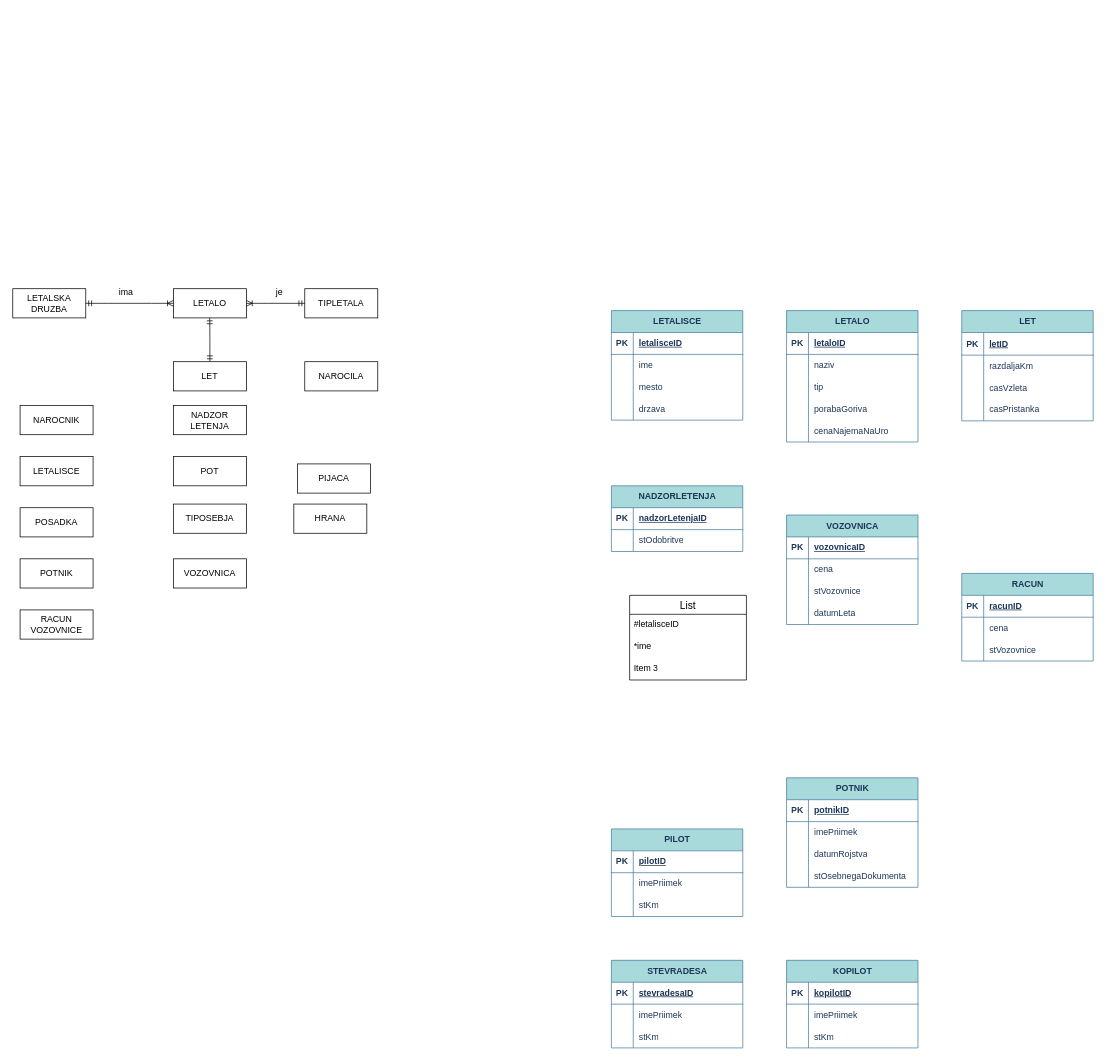
This is Untitled Diagram.drawio from money-beep/pb, a draw.io file, before an edit. Source tidied: cells renumbered, new cells numbered last; positions are measured from the earlier drawing's top-left corner, leaving out a move shared by most shapes. Both pictures are drawn from the tidied source at 73%, with x=0, y=0 at pixel (12, 281).
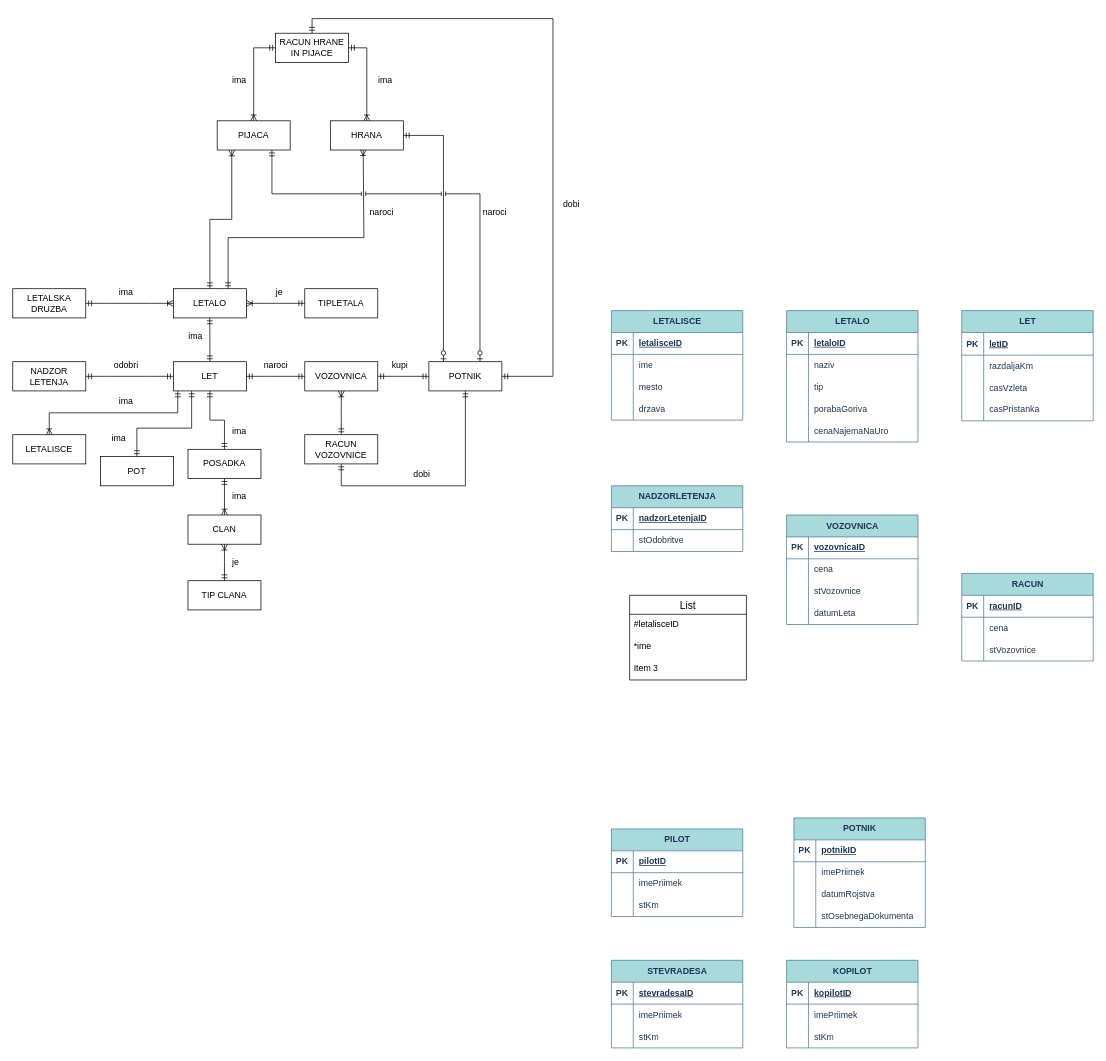
Above is the later version.

The change refers to these unchanged cells:
```xml
<mxCell id="122" value="LETALO" style="whiteSpace=wrap;html=1;align=center;" parent="1" vertex="1">
  <mxGeometry x="220" y="10" width="100" height="40" as="geometry" />
</mxCell>
<mxCell id="123" value="LET" style="whiteSpace=wrap;html=1;align=center;" parent="1" vertex="1">
  <mxGeometry x="220" y="110" width="100" height="40" as="geometry" />
</mxCell>
```

The edit, as a diff of the source:
```diff
@@
     <mxCell id="2" value="POTNIK" style="shape=table;startSize=30;childLayout=tableLayout;rowLines=0;fontStyle=1;align=center;html=1;rounded=0;labelBackgroundColor=none;fillColor=#A8DADC;strokeColor=#457B9D;fontColor=#1D3557;" parent="1" vertex="1">
-      <mxGeometry x="1060" y="680" width="180" height="150" as="geometry" />
+      <mxGeometry x="1070" y="735" width="180" height="150" as="geometry" />
     </mxCell>
@@
-    <mxCell id="124" value="NAROCILA" style="whiteSpace=wrap;html=1;align=center;" parent="1" vertex="1">
-      <mxGeometry x="400" y="110" width="100" height="40" as="geometry" />
-    </mxCell>
-    <mxCell id="125" value="NAROCNIK" style="whiteSpace=wrap;html=1;align=center;" parent="1" vertex="1">
-      <mxGeometry x="10" y="170" width="100" height="40" as="geometry" />
-    </mxCell>
     <mxCell id="126" value="NADZOR LETENJA" style="whiteSpace=wrap;html=1;align=center;" parent="1" vertex="1">
-      <mxGeometry x="220" y="170" width="100" height="40" as="geometry" />
+      <mxGeometry y="110" width="100" height="40" as="geometry" />
     </mxCell>
     <mxCell id="127" value="LETALISCE" style="whiteSpace=wrap;html=1;align=center;" parent="1" vertex="1">
-      <mxGeometry x="10" y="240" width="100" height="40" as="geometry" />
+      <mxGeometry y="210" width="100" height="40" as="geometry" />
     </mxCell>
     <mxCell id="128" value="POT" style="whiteSpace=wrap;html=1;align=center;" parent="1" vertex="1">
-      <mxGeometry x="220" y="240" width="100" height="40" as="geometry" />
+      <mxGeometry x="120" y="240" width="100" height="40" as="geometry" />
     </mxCell>
     <mxCell id="129" value="POSADKA" style="whiteSpace=wrap;html=1;align=center;" parent="1" vertex="1">
-      <mxGeometry x="10" y="310" width="100" height="40" as="geometry" />
+      <mxGeometry x="240" y="230" width="100" height="40" as="geometry" />
     </mxCell>
-    <mxCell id="130" value="TIPOSEBJA" style="whiteSpace=wrap;html=1;align=center;" parent="1" vertex="1">
-      <mxGeometry x="220" y="305" width="100" height="40" as="geometry" />
+    <mxCell id="130" value="TIP CLANA" style="whiteSpace=wrap;html=1;align=center;" parent="1" vertex="1">
+      <mxGeometry x="240" y="410" width="100" height="40" as="geometry" />
     </mxCell>
@@
     <mxCell id="132" value="POTNIK" style="whiteSpace=wrap;html=1;align=center;" parent="1" vertex="1">
-      <mxGeometry x="10" y="380" width="100" height="40" as="geometry" />
+      <mxGeometry x="570" y="110" width="100" height="40" as="geometry" />
     </mxCell>
     <mxCell id="133" value="VOZOVNICA" style="whiteSpace=wrap;html=1;align=center;" parent="1" vertex="1">
-      <mxGeometry x="220" y="380" width="100" height="40" as="geometry" />
+      <mxGeometry x="400" y="110" width="100" height="40" as="geometry" />
     </mxCell>
     <mxCell id="134" value="RACUN&lt;br&gt;VOZOVNICE" style="whiteSpace=wrap;html=1;align=center;" parent="1" vertex="1">
-      <mxGeometry x="10" y="450" width="100" height="40" as="geometry" />
+      <mxGeometry x="400" y="210" width="100" height="40" as="geometry" />
     </mxCell>
     <mxCell id="135" value="HRANA" style="whiteSpace=wrap;html=1;align=center;" parent="1" vertex="1">
-      <mxGeometry x="385" y="305" width="100" height="40" as="geometry" />
+      <mxGeometry x="435" y="-220" width="100" height="40" as="geometry" />
     </mxCell>
     <mxCell id="136" value="PIJACA" style="whiteSpace=wrap;html=1;align=center;" parent="1" vertex="1">
-      <mxGeometry x="390" y="250" width="100" height="40" as="geometry" />
+      <mxGeometry x="280" y="-220" width="100" height="40" as="geometry" />
     </mxCell>
@@
+    <mxCell id="142" style="edgeStyle=entityRelationEdgeStyle;fontSize=12;html=1;endArrow=ERmandOne;startArrow=ERmandOne;rounded=0;entryX=0;entryY=0.5;entryDx=0;entryDy=0;exitX=1;exitY=0.5;exitDx=0;exitDy=0;" parent="1" edge="1">
+      <mxGeometry relative="1" as="geometry">
+        <mxPoint x="500" y="130" as="sourcePoint" />
+        <mxPoint x="570" y="130" as="targetPoint" />
+      </mxGeometry>
+    </mxCell>
+    <mxCell id="143" style="edgeStyle=entityRelationEdgeStyle;fontSize=12;html=1;endArrow=ERmandOne;startArrow=ERmandOne;rounded=0;entryX=0;entryY=0.5;entryDx=0;entryDy=0;exitX=1;exitY=0.5;exitDx=0;exitDy=0;" parent="1" edge="1" source="123">
+      <mxGeometry relative="1" as="geometry">
+        <mxPoint x="400" y="130" as="targetPoint" />
+      </mxGeometry>
+    </mxCell>
+    <mxCell id="144" style="edgeStyle=entityRelationEdgeStyle;fontSize=12;html=1;endArrow=ERmandOne;startArrow=ERmandOne;rounded=0;entryX=0;entryY=0.5;entryDx=0;entryDy=0;exitX=1;exitY=0.5;exitDx=0;exitDy=0;" parent="1" edge="1" source="126" target="123">
+      <mxGeometry relative="1" as="geometry" />
+    </mxCell>
+    <mxCell id="145" value="ima" style="text;html=1;align=center;verticalAlign=middle;strokeColor=none;fillColor=none;" parent="1" vertex="1">
+      <mxGeometry x="230" y="60" width="40" height="30" as="geometry" />
+    </mxCell>
+    <mxCell id="146" value="naroci" style="text;html=1;align=center;verticalAlign=middle;strokeColor=none;fillColor=none;" parent="1" vertex="1">
+      <mxGeometry x="330" y="100" width="60" height="30" as="geometry" />
+    </mxCell>
+    <mxCell id="147" value="kupi" style="text;html=1;align=center;verticalAlign=middle;strokeColor=none;fillColor=none;" parent="1" vertex="1">
+      <mxGeometry x="505" y="100" width="50" height="30" as="geometry" />
+    </mxCell>
+    <mxCell id="148" value="odobri" style="text;html=1;align=center;verticalAlign=middle;strokeColor=none;fillColor=none;" parent="1" vertex="1">
+      <mxGeometry x="125" y="100" width="60" height="30" as="geometry" />
+    </mxCell>
+    <mxCell id="149" style="edgeStyle=elbowEdgeStyle;fontSize=12;html=1;endArrow=ERoneToMany;startArrow=ERmandOne;rounded=0;elbow=vertical;entryX=0.5;entryY=0;entryDx=0;entryDy=0;" parent="1" edge="1" target="127">
+      <mxGeometry relative="1" as="geometry">
+        <mxPoint x="226" y="150" as="sourcePoint" />
+      </mxGeometry>
+    </mxCell>
+    <mxCell id="150" value="ima" style="text;html=1;align=center;verticalAlign=middle;strokeColor=none;fillColor=none;" parent="1" vertex="1">
+      <mxGeometry x="135" y="150" width="40" height="30" as="geometry" />
+    </mxCell>
+    <mxCell id="151" style="edgeStyle=elbowEdgeStyle;fontSize=12;html=1;endArrow=ERmandOne;startArrow=ERmandOne;rounded=0;elbow=vertical;exitX=0.5;exitY=0;exitDx=0;exitDy=0;entryX=0.25;entryY=1;entryDx=0;entryDy=0;" parent="1" edge="1" source="128" target="123">
+      <mxGeometry relative="1" as="geometry">
+        <Array as="points">
+          <mxPoint x="270" y="201" />
+        </Array>
+      </mxGeometry>
+    </mxCell>
+    <mxCell id="152" style="edgeStyle=elbowEdgeStyle;fontSize=12;html=1;endArrow=ERmandOne;startArrow=ERmandOne;rounded=0;elbow=vertical;entryX=0.5;entryY=1;entryDx=0;entryDy=0;exitX=0.5;exitY=0;exitDx=0;exitDy=0;" parent="1" edge="1" source="129" target="123">
+      <mxGeometry relative="1" as="geometry" />
+    </mxCell>
+    <mxCell id="153" value="CLAN" style="whiteSpace=wrap;html=1;align=center;" parent="1" vertex="1">
+      <mxGeometry x="240" y="320" width="100" height="40" as="geometry" />
+    </mxCell>
+    <mxCell id="154" style="edgeStyle=elbowEdgeStyle;fontSize=12;html=1;endArrow=ERoneToMany;startArrow=ERmandOne;rounded=0;elbow=vertical;exitX=0.5;exitY=1;exitDx=0;exitDy=0;entryX=0.5;entryY=0;entryDx=0;entryDy=0;" parent="1" edge="1" source="129" target="153">
+      <mxGeometry relative="1" as="geometry" />
+    </mxCell>
+    <mxCell id="155" style="edgeStyle=elbowEdgeStyle;fontSize=12;html=1;endArrow=ERoneToMany;startArrow=ERmandOne;rounded=0;elbow=vertical;entryX=0.5;entryY=1;entryDx=0;entryDy=0;exitX=0.5;exitY=0;exitDx=0;exitDy=0;" parent="1" edge="1" source="130" target="153">
+      <mxGeometry relative="1" as="geometry" />
+    </mxCell>
+    <mxCell id="156" style="edgeStyle=elbowEdgeStyle;fontSize=12;html=1;endArrow=ERoneToMany;startArrow=ERmandOne;rounded=0;elbow=vertical;entryX=0.5;entryY=1;entryDx=0;entryDy=0;exitX=0.5;exitY=0;exitDx=0;exitDy=0;" parent="1" edge="1" source="134" target="133">
+      <mxGeometry relative="1" as="geometry" />
+    </mxCell>
+    <mxCell id="157" value="RACUN HRANE IN PIJACE" style="whiteSpace=wrap;html=1;align=center;" parent="1" vertex="1">
+      <mxGeometry x="360" y="-340" width="100" height="40" as="geometry" />
+    </mxCell>
+    <mxCell id="158" style="edgeStyle=orthogonalEdgeStyle;fontSize=12;html=1;endArrow=ERoneToMany;startArrow=ERmandOne;rounded=0;entryX=0.5;entryY=0;entryDx=0;entryDy=0;exitX=0;exitY=0.5;exitDx=0;exitDy=0;" parent="1" edge="1" source="157" target="136">
+      <mxGeometry relative="1" as="geometry" />
+    </mxCell>
+    <mxCell id="159" style="edgeStyle=orthogonalEdgeStyle;fontSize=12;html=1;endArrow=ERoneToMany;startArrow=ERmandOne;rounded=0;entryX=0.5;entryY=0;entryDx=0;entryDy=0;exitX=1;exitY=0.5;exitDx=0;exitDy=0;" parent="1" edge="1" source="157" target="135">
+      <mxGeometry relative="1" as="geometry" />
+    </mxCell>
+    <mxCell id="160" value="ima" style="text;html=1;align=center;verticalAlign=middle;strokeColor=none;fillColor=none;" parent="1" vertex="1">
+      <mxGeometry x="125" y="200" width="40" height="30" as="geometry" />
+    </mxCell>
+    <mxCell id="161" value="ima" style="text;html=1;align=center;verticalAlign=middle;strokeColor=none;fillColor=none;" parent="1" vertex="1">
+      <mxGeometry x="290" y="191" width="40" height="30" as="geometry" />
+    </mxCell>
+    <mxCell id="162" value="ima" style="text;html=1;align=center;verticalAlign=middle;strokeColor=none;fillColor=none;" parent="1" vertex="1">
+      <mxGeometry x="290" y="280" width="40" height="30" as="geometry" />
+    </mxCell>
+    <mxCell id="163" value="je" style="text;html=1;align=center;verticalAlign=middle;strokeColor=none;fillColor=none;" parent="1" vertex="1">
+      <mxGeometry x="290" y="370" width="30" height="30" as="geometry" />
+    </mxCell>
+    <mxCell id="164" value="ima" style="text;html=1;align=center;verticalAlign=middle;strokeColor=none;fillColor=none;" parent="1" vertex="1">
+      <mxGeometry x="290" y="-290" width="40" height="30" as="geometry" />
+    </mxCell>
+    <mxCell id="165" value="ima" style="text;html=1;align=center;verticalAlign=middle;strokeColor=none;fillColor=none;" parent="1" vertex="1">
+      <mxGeometry x="490" y="-290" width="40" height="30" as="geometry" />
+    </mxCell>
+    <mxCell id="166" style="edgeStyle=orthogonalEdgeStyle;fontSize=12;html=1;endArrow=ERzeroToOne;startArrow=ERmandOne;rounded=0;exitX=1;exitY=0.5;exitDx=0;exitDy=0;" parent="1" edge="1" source="135">
+      <mxGeometry relative="1" as="geometry">
+        <mxPoint x="590" y="110" as="targetPoint" />
+        <Array as="points">
+          <mxPoint x="590" y="-200" />
+        </Array>
+      </mxGeometry>
+    </mxCell>
+    <mxCell id="167" value="naroci" style="text;html=1;align=center;verticalAlign=middle;strokeColor=none;fillColor=none;" parent="1" vertex="1">
+      <mxGeometry x="475" y="-110" width="60" height="30" as="geometry" />
+    </mxCell>
+    <mxCell id="168" value="naroci" style="text;html=1;align=center;verticalAlign=middle;strokeColor=none;fillColor=none;" parent="1" vertex="1">
+      <mxGeometry x="630" y="-110" width="60" height="30" as="geometry" />
+    </mxCell>
+    <mxCell id="169" style="edgeStyle=orthogonalEdgeStyle;fontSize=12;html=1;endArrow=ERoneToMany;startArrow=ERmandOne;rounded=0;entryX=0.2;entryY=1;entryDx=0;entryDy=0;exitX=0.5;exitY=0;exitDx=0;exitDy=0;entryPerimeter=0;" parent="1" edge="1" source="122" target="136">
+      <mxGeometry relative="1" as="geometry" />
+    </mxCell>
+    <mxCell id="170" style="edgeStyle=orthogonalEdgeStyle;fontSize=12;html=1;endArrow=ERoneToMany;startArrow=ERmandOne;rounded=0;entryX=0.5;entryY=1;entryDx=0;entryDy=0;exitX=0.75;exitY=0;exitDx=0;exitDy=0;" parent="1" edge="1" source="122">
+      <mxGeometry relative="1" as="geometry">
+        <mxPoint x="480" y="-180.5" as="targetPoint" />
+        <Array as="points">
+          <mxPoint x="295" y="-60" />
+          <mxPoint x="481" y="-60" />
+          <mxPoint x="481" y="-180" />
+        </Array>
+      </mxGeometry>
+    </mxCell>
+    <mxCell id="171" style="edgeStyle=orthogonalEdgeStyle;fontSize=12;html=1;endArrow=ERmandOne;startArrow=ERmandOne;rounded=0;exitX=0.5;exitY=1;exitDx=0;exitDy=0;entryX=0.5;entryY=1;entryDx=0;entryDy=0;" parent="1" edge="1" source="134" target="132">
+      <mxGeometry relative="1" as="geometry">
+        <Array as="points">
+          <mxPoint x="450" y="280" />
+          <mxPoint x="620" y="280" />
+        </Array>
+      </mxGeometry>
+    </mxCell>
+    <mxCell id="172" value="dobi" style="text;html=1;align=center;verticalAlign=middle;strokeColor=none;fillColor=none;" parent="1" vertex="1">
+      <mxGeometry x="535" y="250" width="50" height="30" as="geometry" />
+    </mxCell>
+    <mxCell id="173" style="edgeStyle=orthogonalEdgeStyle;fontSize=12;html=1;endArrow=ERmandOne;startArrow=ERmandOne;rounded=0;exitX=0.5;exitY=0;exitDx=0;exitDy=0;entryX=1;entryY=0.5;entryDx=0;entryDy=0;" parent="1" edge="1" source="157" target="132">
+      <mxGeometry relative="1" as="geometry">
+        <Array as="points">
+          <mxPoint x="410" y="-360" />
+          <mxPoint x="740" y="-360" />
+          <mxPoint x="740" y="130" />
+        </Array>
+      </mxGeometry>
+    </mxCell>
+    <mxCell id="174" style="edgeStyle=orthogonalEdgeStyle;fontSize=12;html=1;endArrow=ERzeroToOne;startArrow=ERmandOne;rounded=0;exitX=0.75;exitY=1;exitDx=0;exitDy=0;jumpStyle=line;" parent="1" edge="1" source="136">
+      <mxGeometry relative="1" as="geometry">
+        <mxPoint x="640" y="110" as="targetPoint" />
+        <Array as="points">
+          <mxPoint x="355" y="-120" />
+          <mxPoint x="640" y="-120" />
+        </Array>
+      </mxGeometry>
+    </mxCell>
+    <mxCell id="175" value="dobi" style="text;html=1;align=center;verticalAlign=middle;strokeColor=none;fillColor=none;" parent="1" vertex="1">
+      <mxGeometry x="740" y="-120" width="50" height="30" as="geometry" />
+    </mxCell>
```
